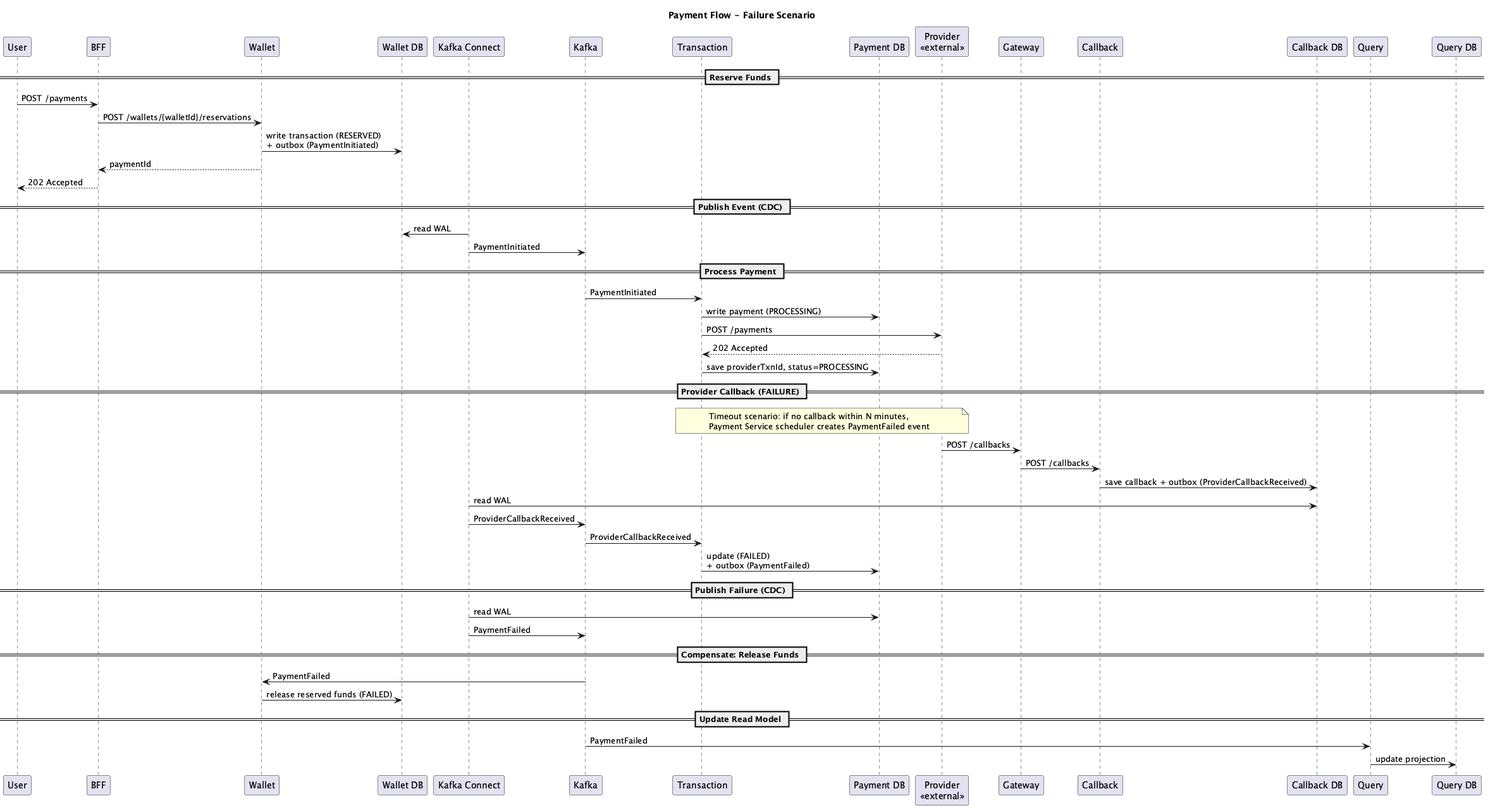
krsvyat/system-design keeps this PlantUML diagram as diagrams/seq/seq-failure.png. Above is the earlier version. Source of this version:
```plantuml
@startuml seq-failure
title Payment Flow - Failure Scenario

participant User
participant BFF
participant Wallet
participant "Wallet DB" as WalletDB
participant "Kafka Connect" as KC
participant Kafka
participant Transaction
participant "Payment DB" as TxDB
participant "Provider\n<<external>>" as Provider
participant Gateway
participant Callback
participant "Callback DB" as CallbackDB
participant Query
participant "Query DB" as QueryDB

== Reserve Funds ==

User -> BFF: POST /payments
BFF -> Wallet: POST /wallets/{walletId}/reservations
Wallet -> WalletDB: write transaction (RESERVED)\n+ outbox (PaymentInitiated)
Wallet --> BFF: paymentId
BFF --> User: 202 Accepted

== Publish Event (CDC) ==

KC -> WalletDB: read WAL
KC -> Kafka: PaymentInitiated

== Process Payment ==

Kafka -> Transaction: PaymentInitiated
Transaction -> TxDB: write payment (PROCESSING)
Transaction -> Provider: POST /payments
Provider --> Transaction: 202 Accepted
Transaction -> TxDB: save providerTxnId, status=PROCESSING

== Provider Callback (FAILURE) ==

note over Transaction, Provider
  Timeout scenario: if no callback within N minutes,
  Payment Service scheduler creates PaymentFailed event
end note

Provider -> Gateway: POST /callbacks
Gateway -> Callback: POST /callbacks
Callback -> CallbackDB: save callback + outbox (ProviderCallbackReceived)
KC -> CallbackDB: read WAL
KC -> Kafka: ProviderCallbackReceived
Kafka -> Transaction: ProviderCallbackReceived
Transaction -> TxDB: update (FAILED)\n+ outbox (PaymentFailed)

== Publish Failure (CDC) ==

KC -> TxDB: read WAL
KC -> Kafka: PaymentFailed

== Compensate: Release Funds ==

Kafka -> Wallet: PaymentFailed
Wallet -> WalletDB: release reserved funds (FAILED)

== Update Read Model ==

Kafka -> Query: PaymentFailed
Query -> QueryDB: update projection

@enduml
```
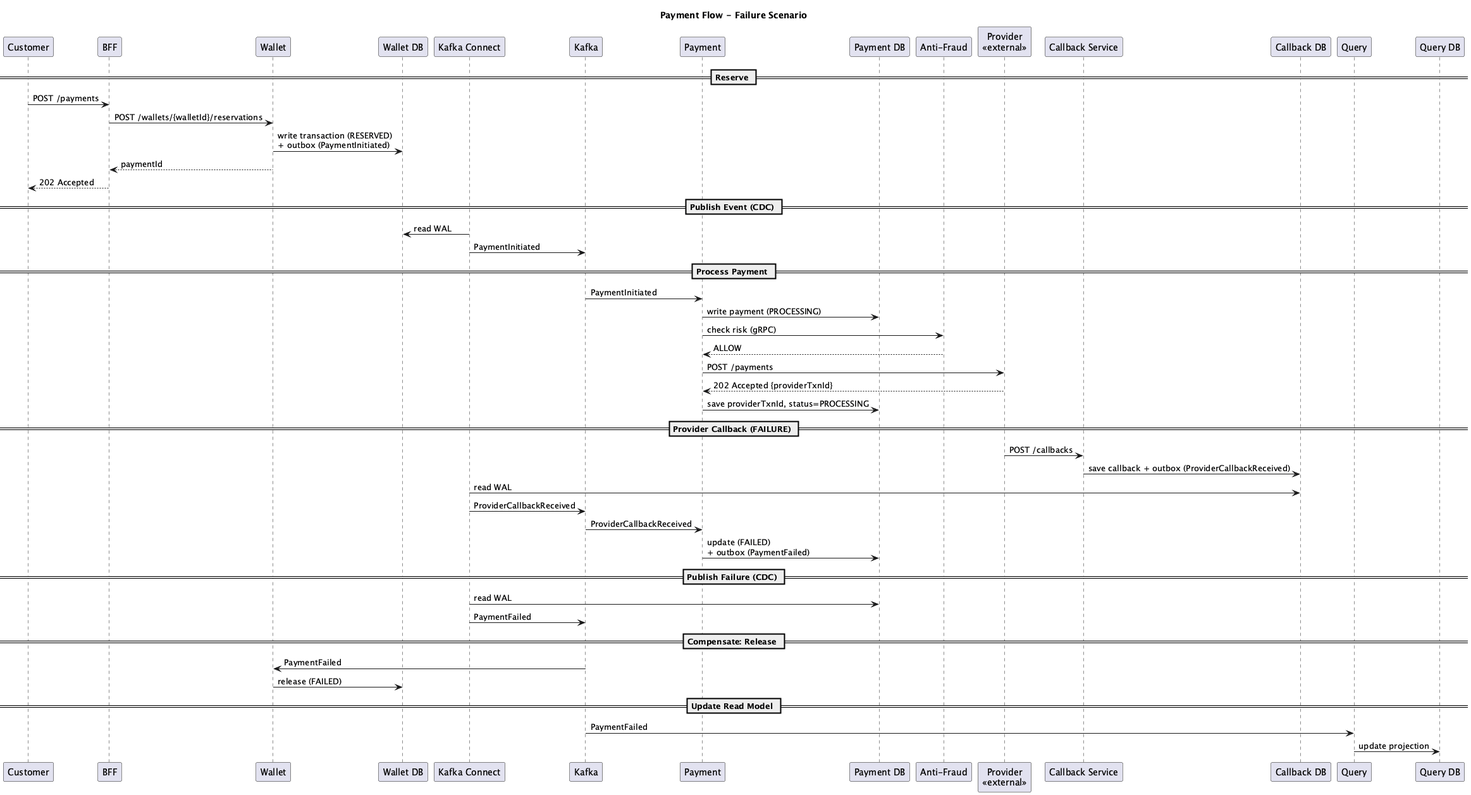
After the commit.

What changed in the source:
```diff
@@ -1,28 +1,28 @@
 @startuml seq-failure
 title Payment Flow - Failure Scenario
 
-participant User
+participant Customer
 participant BFF
 participant Wallet
 participant "Wallet DB" as WalletDB
 participant "Kafka Connect" as KC
 participant Kafka
-participant Transaction
-participant "Payment DB" as TxDB
+participant Payment
+participant "Payment DB" as PaymentDB
+participant "Anti-Fraud" as AntiFraud
 participant "Provider\n<<external>>" as Provider
-participant Gateway
-participant Callback
+participant "Callback Service" as Callback
 participant "Callback DB" as CallbackDB
 participant Query
 participant "Query DB" as QueryDB
 
-== Reserve Funds ==
+== Reserve ==
 
-User -> BFF: POST /payments
+Customer -> BFF: POST /payments
 BFF -> Wallet: POST /wallets/{walletId}/reservations
 Wallet -> WalletDB: write transaction (RESERVED)\n+ outbox (PaymentInitiated)
 Wallet --> BFF: paymentId
-BFF --> User: 202 Accepted
+BFF --> Customer: 202 Accepted
 
 == Publish Event (CDC) ==
 
@@ -31,36 +31,32 @@
 
 == Process Payment ==
 
-Kafka -> Transaction: PaymentInitiated
-Transaction -> TxDB: write payment (PROCESSING)
-Transaction -> Provider: POST /payments
-Provider --> Transaction: 202 Accepted
-Transaction -> TxDB: save providerTxnId, status=PROCESSING
+Kafka -> Payment: PaymentInitiated
+Payment -> PaymentDB: write payment (PROCESSING)
+Payment -> AntiFraud: check risk (gRPC)
+AntiFraud --> Payment: ALLOW
+Payment -> Provider: POST /payments
+Provider --> Payment: 202 Accepted {providerTxnId}
+Payment -> PaymentDB: save providerTxnId, status=PROCESSING
 
 == Provider Callback (FAILURE) ==
 
-note over Transaction, Provider
-  Timeout scenario: if no callback within N minutes,
-  Payment Service scheduler creates PaymentFailed event
-end note
-
-Provider -> Gateway: POST /callbacks
-Gateway -> Callback: POST /callbacks
+Provider -> Callback: POST /callbacks
 Callback -> CallbackDB: save callback + outbox (ProviderCallbackReceived)
 KC -> CallbackDB: read WAL
 KC -> Kafka: ProviderCallbackReceived
-Kafka -> Transaction: ProviderCallbackReceived
-Transaction -> TxDB: update (FAILED)\n+ outbox (PaymentFailed)
+Kafka -> Payment: ProviderCallbackReceived
+Payment -> PaymentDB: update (FAILED)\n+ outbox (PaymentFailed)
 
 == Publish Failure (CDC) ==
 
-KC -> TxDB: read WAL
+KC -> PaymentDB: read WAL
 KC -> Kafka: PaymentFailed
 
-== Compensate: Release Funds ==
+== Compensate: Release ==
 
 Kafka -> Wallet: PaymentFailed
-Wallet -> WalletDB: release reserved funds (FAILED)
+Wallet -> WalletDB: release (FAILED)
 
 == Update Read Model ==
 
```
